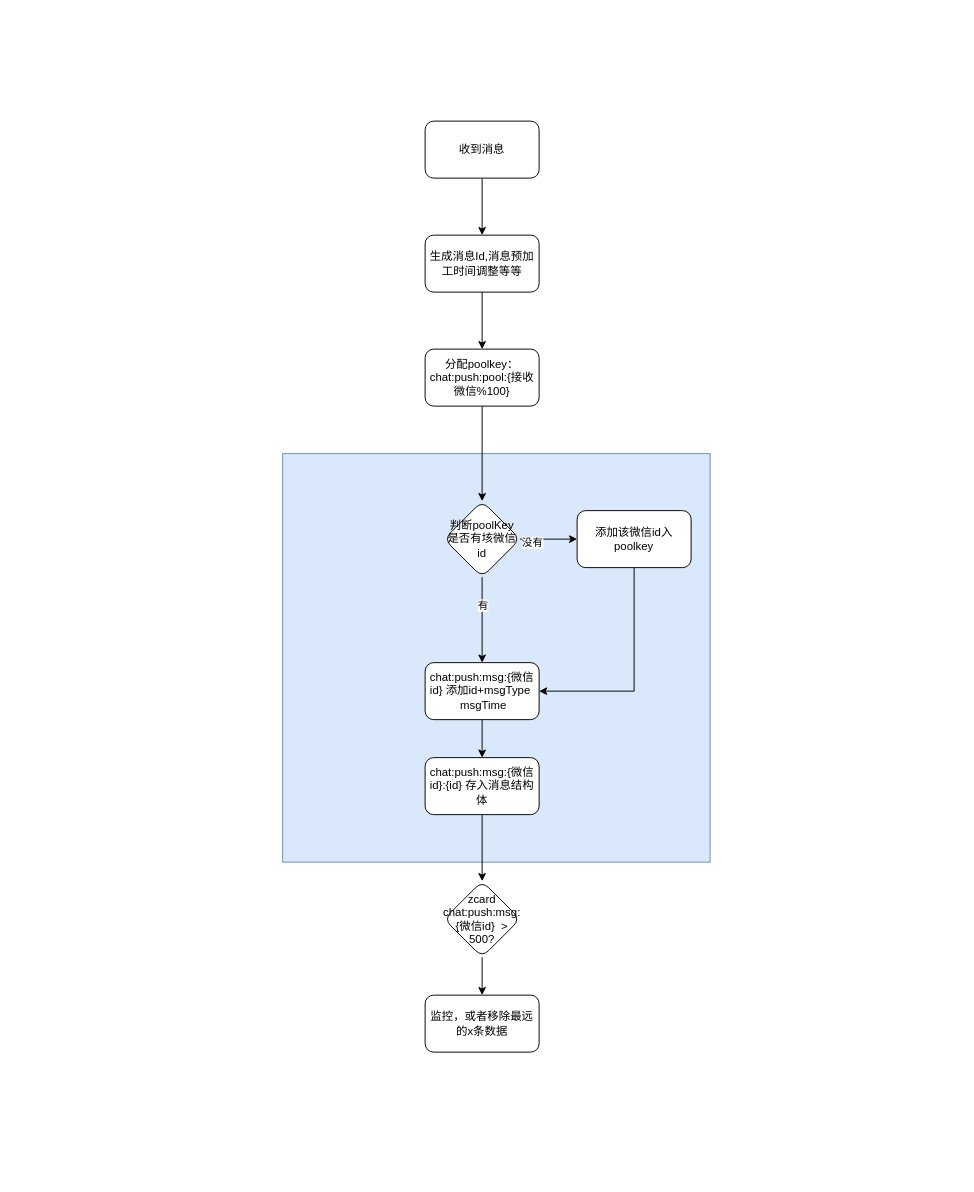
This is miyuan/推送服务-存入redis.drawio from smallleaf/draw.io, a draw.io file, before an edit. Source tidied: cells renumbered, new cells numbered last; positions are measured from the earlier drawing's top-left corner, leaving out a move shared by most shapes. Both pictures are drawn from the tidied source at 95%, with x=0, y=0 at pixel (282, 121).
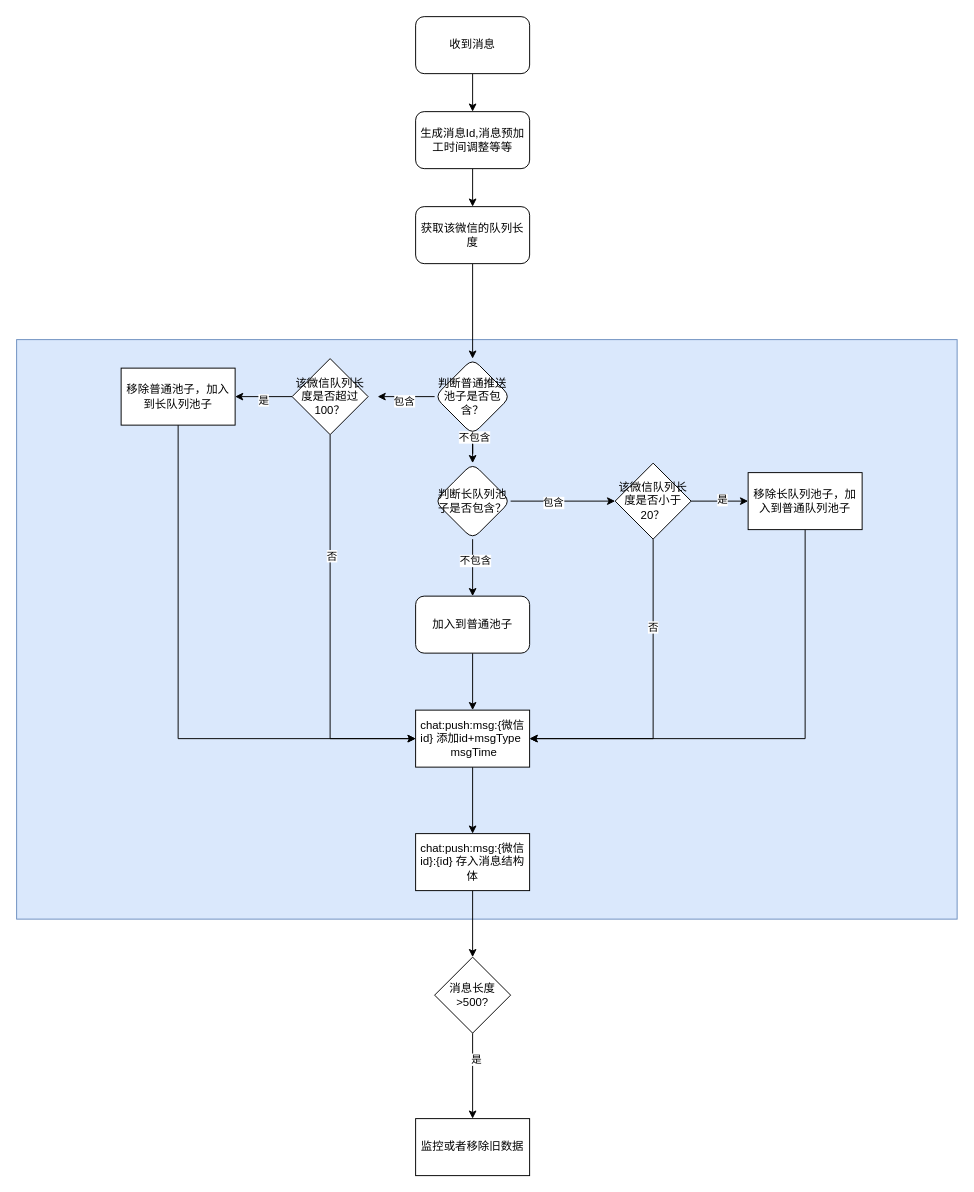
The same diagram, later.

Commit message (it also covers changes not shown here):
更新推送服务-存入redis.drawio

Change to the diagram source:
```diff
@@
     <mxCell id="2" style="rounded=0;whiteSpace=wrap;html=1;fillColor=#dae8fc;strokeColor=#6c8ebf;" parent="1" vertex="1">
-      <mxGeometry y="350" width="450" height="430" as="geometry" />
+      <mxGeometry x="-280" y="230" width="990" height="610" as="geometry" />
     </mxCell>
@@
     <mxCell id="4" value="收到消息" style="rounded=1;whiteSpace=wrap;html=1;" parent="1" vertex="1">
-      <mxGeometry x="150" width="120" height="60" as="geometry" />
+      <mxGeometry x="140" y="-110" width="120" height="60" as="geometry" />
     </mxCell>
-    <mxCell id="5" style="edgeStyle=orthogonalEdgeStyle;rounded=0;jettySize=auto;html=1;" parent="1" edge="1" source="6" target="11">
-      <mxGeometry relative="1" as="geometry" />
-    </mxCell>
-    <mxCell id="6" value="分配poolkey：chat:push:pool:{接收微信%100}" style="rounded=1;whiteSpace=wrap;html=1;" parent="1" vertex="1">
-      <mxGeometry x="150" y="240" width="120" height="60" as="geometry" />
-    </mxCell>
-    <mxCell id="7" style="edgeStyle=orthogonalEdgeStyle;rounded=0;jettySize=auto;html=1;" parent="1" edge="1" source="11" target="13">
-      <mxGeometry relative="1" as="geometry" />
-    </mxCell>
-    <mxCell id="8" value="有" style="edgeLabel;html=1;align=center;verticalAlign=middle;" parent="7" vertex="1">
-      <mxGeometry x="-0.36" relative="1" as="geometry" />
-    </mxCell>
-    <mxCell id="9" style="edgeStyle=orthogonalEdgeStyle;rounded=0;jettySize=auto;html=1;" parent="1" edge="1" source="11" target="15">
-      <mxGeometry relative="1" as="geometry" />
-    </mxCell>
-    <mxCell id="10" value="没有" style="edgeLabel;html=1;align=center;verticalAlign=middle;" parent="9" vertex="1">
-      <mxGeometry x="-0.6" y="-3" relative="1" as="geometry" />
-    </mxCell>
-    <mxCell id="11" value="判断poolKey是否有垓微信id" style="rhombus;whiteSpace=wrap;html=1;rounded=1;" parent="1" vertex="1">
-      <mxGeometry x="170" y="400" width="80" height="80" as="geometry" />
-    </mxCell>
+    <mxCell id="23" style="edgeStyle=orthogonalEdgeStyle;rounded=0;jettySize=auto;html=1;" parent="1" edge="1" source="19" target="50">
+      <mxGeometry relative="1" as="geometry" />
+    </mxCell>
+    <mxCell id="19" value="生成消息Id,消息预加工时间调整等等" style="rounded=1;whiteSpace=wrap;html=1;" parent="1" vertex="1">
+      <mxGeometry x="140" y="-10" width="120" height="60" as="geometry" />
+    </mxCell>
+    <mxCell id="24" style="edgeStyle=orthogonalEdgeStyle;rounded=0;jettySize=auto;html=1;" parent="1" edge="1" source="28">
+      <mxGeometry relative="1" as="geometry">
+        <mxPoint x="100" y="290" as="targetPoint" />
+      </mxGeometry>
+    </mxCell>
+    <mxCell id="25" value="包含" style="edgeLabel;html=1;align=center;verticalAlign=middle;" parent="24" vertex="1">
+      <mxGeometry x="0.08" y="4" relative="1" as="geometry" />
+    </mxCell>
+    <mxCell id="26" style="edgeStyle=orthogonalEdgeStyle;rounded=0;jettySize=auto;html=1;" parent="1" edge="1" source="28" target="41">
+      <mxGeometry relative="1" as="geometry" />
+    </mxCell>
+    <mxCell id="27" value="不包含" style="edgeLabel;html=1;align=center;verticalAlign=middle;" parent="26" vertex="1">
+      <mxGeometry x="-0.91" y="1" relative="1" as="geometry" />
+    </mxCell>
+    <mxCell id="28" value="判断普通推送池子是否包含？" style="rhombus;whiteSpace=wrap;html=1;rounded=1;" parent="1" vertex="1">
+      <mxGeometry x="160" y="250" width="80" height="80" as="geometry" />
+    </mxCell>
+    <mxCell id="29" style="edgeStyle=orthogonalEdgeStyle;rounded=0;jettySize=auto;html=1;" parent="1" edge="1" source="33" target="35">
+      <mxGeometry relative="1" as="geometry" />
+    </mxCell>
+    <mxCell id="30" value="是" style="edgeLabel;html=1;align=center;verticalAlign=middle;" parent="29" vertex="1">
+      <mxGeometry x="0.03" y="3" relative="1" as="geometry" />
+    </mxCell>
+    <mxCell id="31" style="edgeStyle=orthogonalEdgeStyle;rounded=0;jettySize=auto;html=1;exitX=0.5;exitY=1;exitDx=0;exitDy=0;entryX=0;entryY=0.5;entryDx=0;entryDy=0;" parent="1" edge="1" source="33" target="13">
+      <mxGeometry relative="1" as="geometry" />
+    </mxCell>
+    <mxCell id="32" value="否" style="edgeLabel;html=1;align=center;verticalAlign=middle;" parent="31" vertex="1">
+      <mxGeometry x="-0.38" y="1" relative="1" as="geometry" />
+    </mxCell>
+    <mxCell id="33" value="该微信队列长度是否超过100？" style="rhombus;whiteSpace=wrap;html=1;" parent="1" vertex="1">
+      <mxGeometry x="10" y="250" width="80" height="80" as="geometry" />
+    </mxCell>
+    <mxCell id="34" style="edgeStyle=orthogonalEdgeStyle;rounded=0;jettySize=auto;html=1;exitX=0.5;exitY=1;exitDx=0;exitDy=0;entryX=0;entryY=0.5;entryDx=0;entryDy=0;" parent="1" edge="1" source="35" target="13">
+      <mxGeometry relative="1" as="geometry" />
+    </mxCell>
+    <mxCell id="35" value="移除普通池子，加入到长队列池子" style="whiteSpace=wrap;html=1;" parent="1" vertex="1">
+      <mxGeometry x="-170" y="260" width="120" height="60" as="geometry" />
+    </mxCell>
@@
-    <mxCell id="13" value="chat:push:msg:{微信id} 添加id+msgType&amp;nbsp; &amp;nbsp;msgTime" style="whiteSpace=wrap;html=1;rounded=1;" parent="1" vertex="1">
-      <mxGeometry x="150" y="570" width="120" height="60" as="geometry" />
+    <mxCell id="13" value="chat:push:msg:{微信id} 添加id+msgType&amp;nbsp; &amp;nbsp;msgTime" style="whiteSpace=wrap;html=1;" parent="1" vertex="1">
+      <mxGeometry x="140" y="620" width="120" height="60" as="geometry" />
     </mxCell>
-    <mxCell id="14" style="edgeStyle=orthogonalEdgeStyle;rounded=0;jettySize=auto;html=1;exitX=0.5;exitY=1;exitDx=0;exitDy=0;entryX=1;entryY=0.5;entryDx=0;entryDy=0;" parent="1" edge="1" source="15" target="13">
-      <mxGeometry relative="1" as="geometry" />
-    </mxCell>
-    <mxCell id="15" value="添加该微信id入poolkey" style="whiteSpace=wrap;html=1;rounded=1;" parent="1" vertex="1">
-      <mxGeometry x="310" y="410" width="120" height="60" as="geometry" />
-    </mxCell>
-    <mxCell id="16" style="edgeStyle=orthogonalEdgeStyle;rounded=0;jettySize=auto;html=1;" parent="1" edge="1" source="17" target="22">
-      <mxGeometry relative="1" as="geometry" />
-    </mxCell>
+    <mxCell id="36" style="edgeStyle=orthogonalEdgeStyle;rounded=0;jettySize=auto;html=1;exitX=0.5;exitY=1;exitDx=0;exitDy=0;entryX=0.5;entryY=0;entryDx=0;entryDy=0;" parent="1" edge="1" source="17" target="55">
+      <mxGeometry relative="1" as="geometry" />
+    </mxCell>
-    <mxCell id="17" value="chat:push:msg:{微信id}:{id}&amp;nbsp;存入消息结构体" style="whiteSpace=wrap;html=1;rounded=1;" parent="1" vertex="1">
-      <mxGeometry x="150" y="670" width="120" height="60" as="geometry" />
+    <mxCell id="17" value="chat:push:msg:{微信id}:{id}&amp;nbsp;存入消息结构体" style="whiteSpace=wrap;html=1;" parent="1" vertex="1">
+      <mxGeometry x="140" y="750" width="120" height="60" as="geometry" />
     </mxCell>
-    <mxCell id="18" style="edgeStyle=orthogonalEdgeStyle;rounded=0;jettySize=auto;html=1;exitX=0.5;exitY=1;exitDx=0;exitDy=0;entryX=0.5;entryY=0;entryDx=0;entryDy=0;" parent="1" edge="1" source="19" target="6">
-      <mxGeometry relative="1" as="geometry" />
-    </mxCell>
-    <mxCell id="19" value="生成消息Id,消息预加工时间调整等等" style="rounded=1;whiteSpace=wrap;html=1;" parent="1" vertex="1">
-      <mxGeometry x="150" y="120" width="120" height="60" as="geometry" />
-    </mxCell>
-    <mxCell id="20" value="监控，或者移除最远的x条数据" style="rounded=1;whiteSpace=wrap;html=1;" parent="1" vertex="1">
-      <mxGeometry x="150" y="920" width="120" height="60" as="geometry" />
-    </mxCell>
-    <mxCell id="21" style="edgeStyle=orthogonalEdgeStyle;rounded=0;jettySize=auto;html=1;exitX=0.5;exitY=1;exitDx=0;exitDy=0;" parent="1" edge="1" source="22" target="20">
-      <mxGeometry relative="1" as="geometry" />
-    </mxCell>
-    <mxCell id="22" value="zcard chat:push:msg:{微信id}&amp;nbsp; &amp;gt; 500?" style="rhombus;whiteSpace=wrap;html=1;rounded=1;" parent="1" vertex="1">
-      <mxGeometry x="170" y="800" width="80" height="80" as="geometry" />
-    </mxCell>
+    <mxCell id="37" style="edgeStyle=orthogonalEdgeStyle;rounded=0;jettySize=auto;html=1;" parent="1" edge="1" source="41">
+      <mxGeometry relative="1" as="geometry">
+        <mxPoint x="350" y="400" as="targetPoint" />
+      </mxGeometry>
+    </mxCell>
+    <mxCell id="38" value="包含" style="edgeLabel;html=1;align=center;verticalAlign=middle;" parent="37" vertex="1">
+      <mxGeometry x="-0.21" y="-1" relative="1" as="geometry" />
+    </mxCell>
+    <mxCell id="39" style="edgeStyle=orthogonalEdgeStyle;rounded=0;jettySize=auto;html=1;" parent="1" edge="1" source="41" target="52">
+      <mxGeometry relative="1" as="geometry" />
+    </mxCell>
+    <mxCell id="40" value="不包含" style="edgeLabel;html=1;align=center;verticalAlign=middle;" parent="39" vertex="1">
+      <mxGeometry x="-0.26" y="2" relative="1" as="geometry" />
+    </mxCell>
+    <mxCell id="41" value="判断长队列池子是否包含？" style="rhombus;whiteSpace=wrap;html=1;rounded=1;" parent="1" vertex="1">
+      <mxGeometry x="160" y="360" width="80" height="80" as="geometry" />
+    </mxCell>
+    <mxCell id="42" style="edgeStyle=orthogonalEdgeStyle;rounded=0;jettySize=auto;html=1;" parent="1" edge="1" source="46" target="48">
+      <mxGeometry relative="1" as="geometry" />
+    </mxCell>
+    <mxCell id="43" value="是" style="edgeLabel;html=1;align=center;verticalAlign=middle;" parent="42" vertex="1">
+      <mxGeometry x="0.08" y="2" relative="1" as="geometry" />
+    </mxCell>
+    <mxCell id="44" style="edgeStyle=orthogonalEdgeStyle;rounded=0;jettySize=auto;html=1;exitX=0.5;exitY=1;exitDx=0;exitDy=0;entryX=1;entryY=0.5;entryDx=0;entryDy=0;" parent="1" edge="1" source="46" target="13">
+      <mxGeometry relative="1" as="geometry" />
+    </mxCell>
+    <mxCell id="45" value="否" style="edgeLabel;html=1;align=center;verticalAlign=middle;" parent="44" vertex="1">
+      <mxGeometry x="-0.46" y="-1" relative="1" as="geometry" />
+    </mxCell>
+    <mxCell id="46" value="该微信队列长度是否小于20？" style="rhombus;whiteSpace=wrap;html=1;" parent="1" vertex="1">
+      <mxGeometry x="350" y="360" width="80" height="80" as="geometry" />
+    </mxCell>
+    <mxCell id="47" style="edgeStyle=orthogonalEdgeStyle;rounded=0;jettySize=auto;html=1;exitX=0.5;exitY=1;exitDx=0;exitDy=0;entryX=1;entryY=0.5;entryDx=0;entryDy=0;" parent="1" edge="1" source="48" target="13">
+      <mxGeometry relative="1" as="geometry" />
+    </mxCell>
+    <mxCell id="48" value="移除长队列池子，加入到普通队列池子" style="whiteSpace=wrap;html=1;" parent="1" vertex="1">
+      <mxGeometry x="490" y="370" width="120" height="60" as="geometry" />
+    </mxCell>
+    <mxCell id="49" style="edgeStyle=orthogonalEdgeStyle;rounded=0;jettySize=auto;html=1;exitX=0.5;exitY=1;exitDx=0;exitDy=0;entryX=0.5;entryY=0;entryDx=0;entryDy=0;" parent="1" edge="1" source="50" target="28">
+      <mxGeometry relative="1" as="geometry" />
+    </mxCell>
+    <mxCell id="50" value="获取该微信的队列长度" style="rounded=1;whiteSpace=wrap;html=1;" parent="1" vertex="1">
+      <mxGeometry x="140" y="90" width="120" height="60" as="geometry" />
+    </mxCell>
+    <mxCell id="51" style="edgeStyle=orthogonalEdgeStyle;rounded=0;jettySize=auto;html=1;exitX=0.5;exitY=1;exitDx=0;exitDy=0;" parent="1" edge="1" source="52" target="13">
+      <mxGeometry relative="1" as="geometry" />
+    </mxCell>
+    <mxCell id="52" value="加入到普通池子" style="whiteSpace=wrap;html=1;rounded=1;" parent="1" vertex="1">
+      <mxGeometry x="140" y="500" width="120" height="60" as="geometry" />
+    </mxCell>
+    <mxCell id="53" style="edgeStyle=orthogonalEdgeStyle;rounded=0;jettySize=auto;html=1;" parent="1" edge="1" source="55" target="56">
+      <mxGeometry relative="1" as="geometry" />
+    </mxCell>
+    <mxCell id="54" value="是" style="edgeLabel;html=1;align=center;verticalAlign=middle;" parent="53" vertex="1">
+      <mxGeometry x="-0.4" y="3" relative="1" as="geometry" />
+    </mxCell>
+    <mxCell id="55" value="消息长度&amp;gt;500?" style="rhombus;whiteSpace=wrap;html=1;" parent="1" vertex="1">
+      <mxGeometry x="160" y="880" width="80" height="80" as="geometry" />
+    </mxCell>
+    <mxCell id="56" value="监控或者移除旧数据" style="whiteSpace=wrap;html=1;" parent="1" vertex="1">
+      <mxGeometry x="140" y="1050" width="120" height="60" as="geometry" />
+    </mxCell>
```
